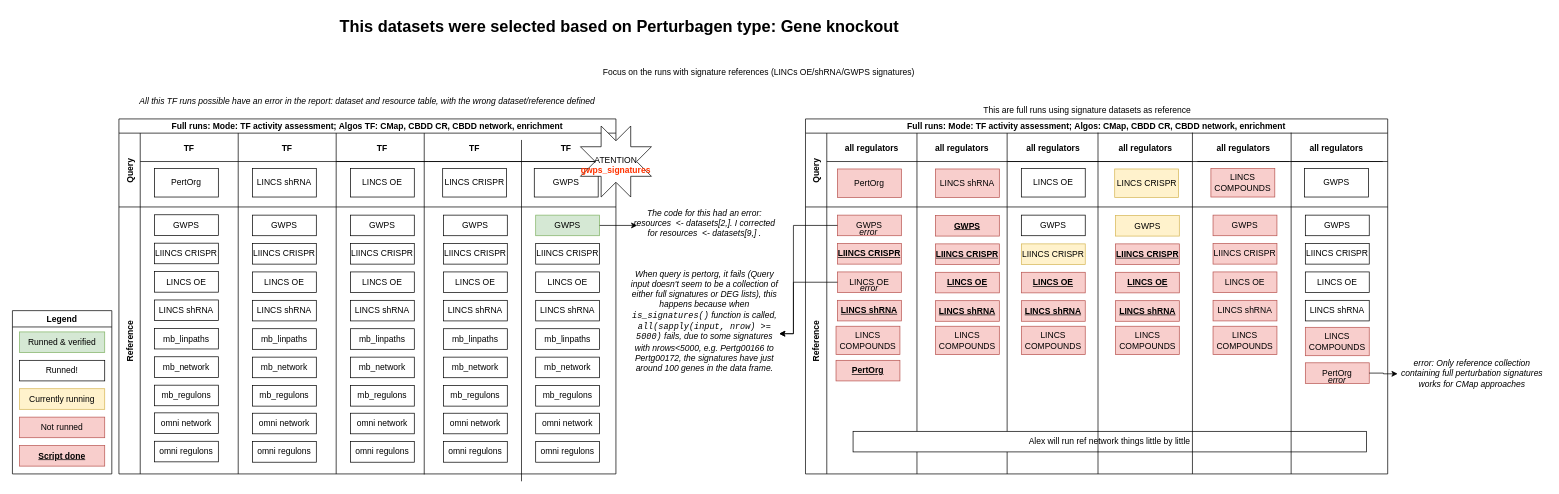
mivgomes/drawio keeps this draw.io diagram as Untitled Diagram.drawio. Above is the earlier version. Source tidied: cells renumbered, new cells numbered last; positions are measured from the earlier drawing's top-left corner, leaving out a move shared by most shapes. Both pictures are drawn from the tidied source at 71%, with x=0, y=0 at pixel (12, 12).
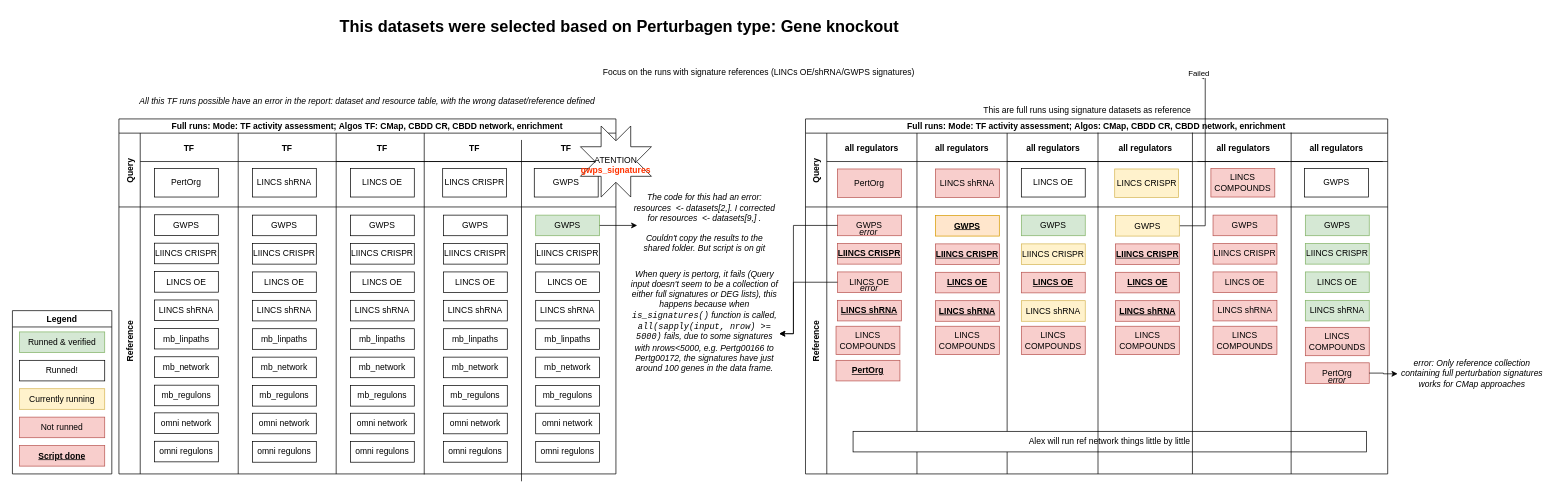
Above is the later version.

Unchanged cells that the change refers to:
```xml
<mxCell id="89" style="swimlane;swimlaneHead=0;swimlaneBody=0;fillColor=none;startSize=0;fontStyle=1;" parent="84" vertex="1">
  <mxGeometry x="157" width="127" height="376" as="geometry" />
</mxCell>
<mxCell id="102" style="swimlane;swimlaneHead=0;swimlaneBody=0;fillColor=none;startSize=0;fontStyle=1;" parent="84" vertex="1">
  <mxGeometry x="284" width="536" height="376" as="geometry" />
</mxCell>
<mxCell id="103" style="swimlane;swimlaneHead=0;swimlaneBody=0;fillColor=none;startSize=0;fontStyle=1;" parent="102" vertex="1">
  <mxGeometry x="400" width="130" height="376" as="geometry" />
</mxCell>
<mxCell id="116" value="GWPS" style="rounded=0;whiteSpace=wrap;html=1;fillColor=#fff2cc;strokeColor=#d6b656;fontStyle=0;" parent="102" vertex="1">
  <mxGeometry x="152.5" y="12" width="90" height="29" as="geometry" />
</mxCell>
```

Change to the diagram source:
```diff
@@
-    <mxCell id="96" value="GWPS" style="rounded=0;whiteSpace=wrap;html=1;fillColor=#f8cecc;strokeColor=#b85450;fontStyle=5;" parent="89" vertex="1">
+    <mxCell id="96" value="GWPS" style="rounded=0;whiteSpace=wrap;html=1;fillColor=#ffe6cc;strokeColor=#d79b00;fontStyle=5;" parent="89" vertex="1">
       <mxGeometry x="26" y="12" width="90" height="29" as="geometry" />
     </mxCell>
@@
-    <mxCell id="104" value="GWPS" style="rounded=0;whiteSpace=wrap;html=1;fontStyle=0;" parent="103" vertex="1">
+    <mxCell id="104" value="GWPS" style="rounded=0;whiteSpace=wrap;html=1;fontStyle=0;fillColor=#d5e8d4;strokeColor=#82b366;" parent="103" vertex="1">
       <mxGeometry x="20" y="11.5" width="90" height="29" as="geometry" />
     </mxCell>
-    <mxCell id="105" value="LIINCS CRISPR" style="rounded=0;whiteSpace=wrap;html=1;" parent="103" vertex="1">
+    <mxCell id="105" value="LIINCS CRISPR" style="rounded=0;whiteSpace=wrap;html=1;fillColor=#d5e8d4;strokeColor=#82b366;" parent="103" vertex="1">
       <mxGeometry x="20" y="51.5" width="90" height="29" as="geometry" />
     </mxCell>
-    <mxCell id="106" value="LINCS OE" style="rounded=0;whiteSpace=wrap;html=1;" parent="103" vertex="1">
+    <mxCell id="106" value="LINCS OE" style="rounded=0;whiteSpace=wrap;html=1;fillColor=#d5e8d4;strokeColor=#82b366;" parent="103" vertex="1">
       <mxGeometry x="20" y="91.5" width="90" height="29" as="geometry" />
     </mxCell>
-    <mxCell id="107" value="LINCS shRNA" style="rounded=0;whiteSpace=wrap;html=1;" parent="103" vertex="1">
+    <mxCell id="107" value="LINCS shRNA" style="rounded=0;whiteSpace=wrap;html=1;fillColor=#d5e8d4;strokeColor=#82b366;" parent="103" vertex="1">
       <mxGeometry x="20" y="131.5" width="90" height="29" as="geometry" />
     </mxCell>
@@
-    <mxCell id="111" value="GWPS" style="rounded=0;whiteSpace=wrap;html=1;" parent="102" vertex="1">
+    <mxCell id="111" value="GWPS" style="rounded=0;whiteSpace=wrap;html=1;fillColor=#d5e8d4;strokeColor=#82b366;" parent="102" vertex="1">
       <mxGeometry x="20" y="11.5" width="90" height="29" as="geometry" />
     </mxCell>
-    <mxCell id="112" value="LINCS shRNA" style="rounded=0;whiteSpace=wrap;html=1;fillColor=#f8cecc;strokeColor=#b85450;fontStyle=5;" parent="102" vertex="1">
+    <mxCell id="112" value="LINCS shRNA" style="rounded=0;whiteSpace=wrap;html=1;fillColor=#fff2cc;strokeColor=#d6b656;fontStyle=0;" parent="102" vertex="1">
       <mxGeometry x="20" y="132" width="90" height="29" as="geometry" />
     </mxCell>
@@
+    <mxCell id="148" style="edgeStyle=orthogonalEdgeStyle;rounded=0;jettySize=auto;html=1;" parent="102" edge="1" source="116">
+      <mxGeometry relative="1" as="geometry">
+        <mxPoint x="269" y="-184" as="targetPoint" />
+        <Array as="points">
+          <mxPoint x="279" y="27" />
+          <mxPoint x="279" y="-184" />
+        </Array>
+      </mxGeometry>
+    </mxCell>
+    <mxCell id="149" value="Failed" style="edgeLabel;html=1;align=center;verticalAlign=middle;" parent="148" vertex="1">
+      <mxGeometry x="1" y="-8" relative="1" as="geometry">
+        <mxPoint y="3" as="offset" />
+      </mxGeometry>
+    </mxCell>
@@
-    <mxCell id="137" value="The code for this had an error:&#10;resources&amp;nbsp; &amp;lt;- datasets[2,]. I corrected for&amp;nbsp;resources&amp;nbsp; &amp;lt;- datasets[9,] ." style="text;html=1;align=center;verticalAlign=middle;whiteSpace=wrap;rounded=0;spacingTop=-6;spacing=-4;fontStyle=2;" parent="1" vertex="1">
+    <mxCell id="137" value="The code for this had an error:&lt;br&gt;resources&amp;nbsp; &amp;lt;- datasets[2,]. I corrected for&amp;nbsp;resources&amp;nbsp; &amp;lt;- datasets[9,] .&lt;div&gt;&lt;br&gt;&lt;/div&gt;&lt;div&gt;Couldn't copy the results to the shared folder. But script is on git&lt;/div&gt;" style="text;html=1;align=center;verticalAlign=middle;whiteSpace=wrap;rounded=0;spacingTop=-6;spacing=-4;fontStyle=2;" parent="1" vertex="1">
       <mxGeometry x="880" y="265" width="190" height="70" as="geometry" />
     </mxCell>
```
